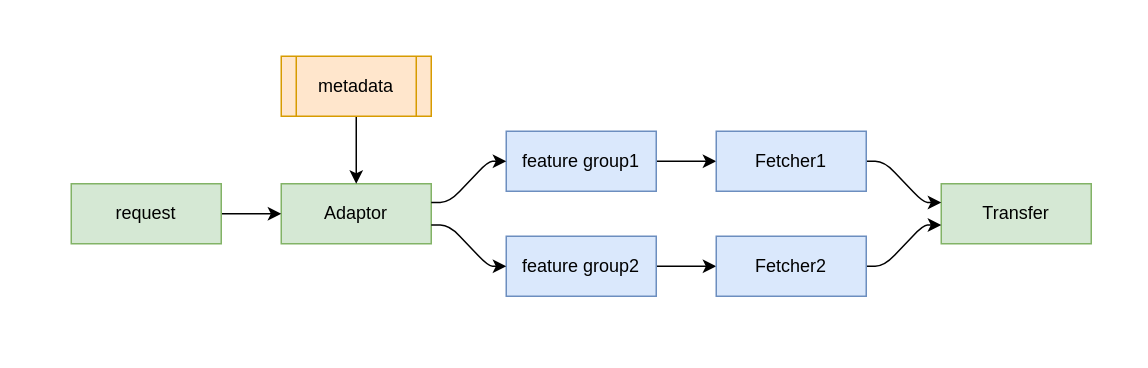
Above: refer-profile.drawio in AmaniCheung/draw.io (draw.io), before the change. Source tidied: cells renumbered, new cells numbered last; positions are measured from the earlier drawing's top-left corner, leaving out a move shared by most shapes. Both pictures are drawn from the tidied source at 150%, with x=0, y=0 at pixel (70, 56).
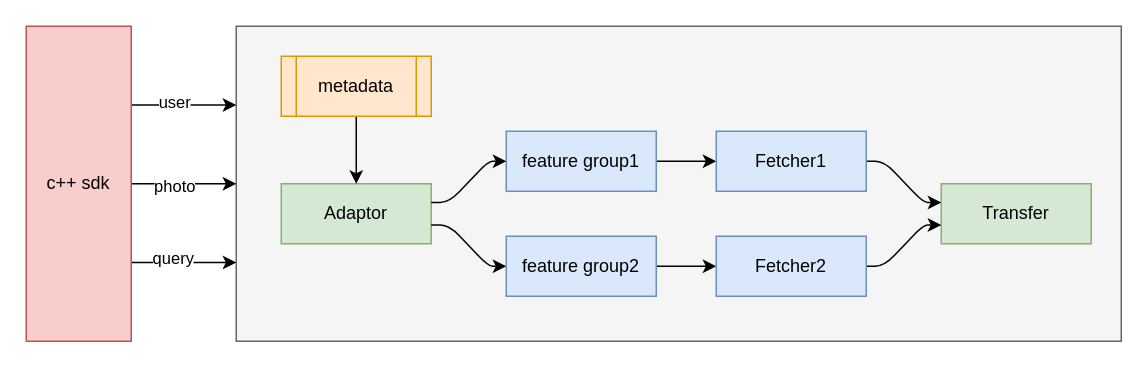
The same page after the edit.

The change refers to these unchanged cells:
```xml
<mxCell id="2" value="Adaptor" style="whiteSpace=wrap;html=1;fillColor=#d5e8d4;strokeColor=#82b366;" parent="1" vertex="1">
  <mxGeometry x="140" y="85" width="100" height="40" as="geometry" />
</mxCell>
```

The edit, as a diff of the source:
```diff
@@
+    <mxCell id="18" style="rounded=0;whiteSpace=wrap;html=1;fillColor=#f5f5f5;strokeColor=#666666;fontColor=#333333;" parent="1" vertex="1">
+      <mxGeometry x="110" y="-20" width="590" height="210" as="geometry" />
+    </mxCell>
@@
-    <mxCell id="16" style="edgeStyle=none;html=1;exitX=1;exitY=0.5;exitDx=0;exitDy=0;" parent="1" edge="1" source="17" target="2">
-      <mxGeometry relative="1" as="geometry" />
-    </mxCell>
+    <mxCell id="19" style="edgeStyle=none;html=1;exitX=1;exitY=0.25;exitDx=0;exitDy=0;entryX=0;entryY=0.25;entryDx=0;entryDy=0;" parent="1" edge="1" source="17" target="18">
+      <mxGeometry relative="1" as="geometry" />
+    </mxCell>
+    <mxCell id="20" value="user" style="edgeLabel;html=1;align=center;verticalAlign=middle;" parent="19" vertex="1">
+      <mxGeometry x="-0.2" y="-1" relative="1" as="geometry">
+        <mxPoint y="-3" as="offset" />
+      </mxGeometry>
+    </mxCell>
+    <mxCell id="21" style="edgeStyle=none;html=1;exitX=1;exitY=0.5;exitDx=0;exitDy=0;entryX=0;entryY=0.5;entryDx=0;entryDy=0;" parent="1" edge="1" source="17" target="18">
+      <mxGeometry relative="1" as="geometry" />
+    </mxCell>
+    <mxCell id="22" value="photo" style="edgeLabel;html=1;align=center;verticalAlign=middle;" parent="21" vertex="1">
+      <mxGeometry x="-0.2" y="-1" relative="1" as="geometry" />
+    </mxCell>
+    <mxCell id="23" style="edgeStyle=none;html=1;exitX=1;exitY=0.75;exitDx=0;exitDy=0;entryX=0;entryY=0.75;entryDx=0;entryDy=0;" parent="1" edge="1" source="17" target="18">
+      <mxGeometry relative="1" as="geometry" />
+    </mxCell>
+    <mxCell id="24" value="query" style="edgeLabel;html=1;align=center;verticalAlign=middle;" parent="23" vertex="1">
+      <mxGeometry x="-0.23" y="4" relative="1" as="geometry">
+        <mxPoint y="1" as="offset" />
+      </mxGeometry>
+    </mxCell>
-    <mxCell id="17" value="request" style="whiteSpace=wrap;html=1;fillColor=#d5e8d4;strokeColor=#82b366;" parent="1" vertex="1">
-      <mxGeometry y="85" width="100" height="40" as="geometry" />
+    <mxCell id="17" value="c++ sdk" style="whiteSpace=wrap;html=1;fillColor=#f8cecc;strokeColor=#b85450;" parent="1" vertex="1">
+      <mxGeometry x="-30" y="-20" width="70" height="210" as="geometry" />
     </mxCell>
```
